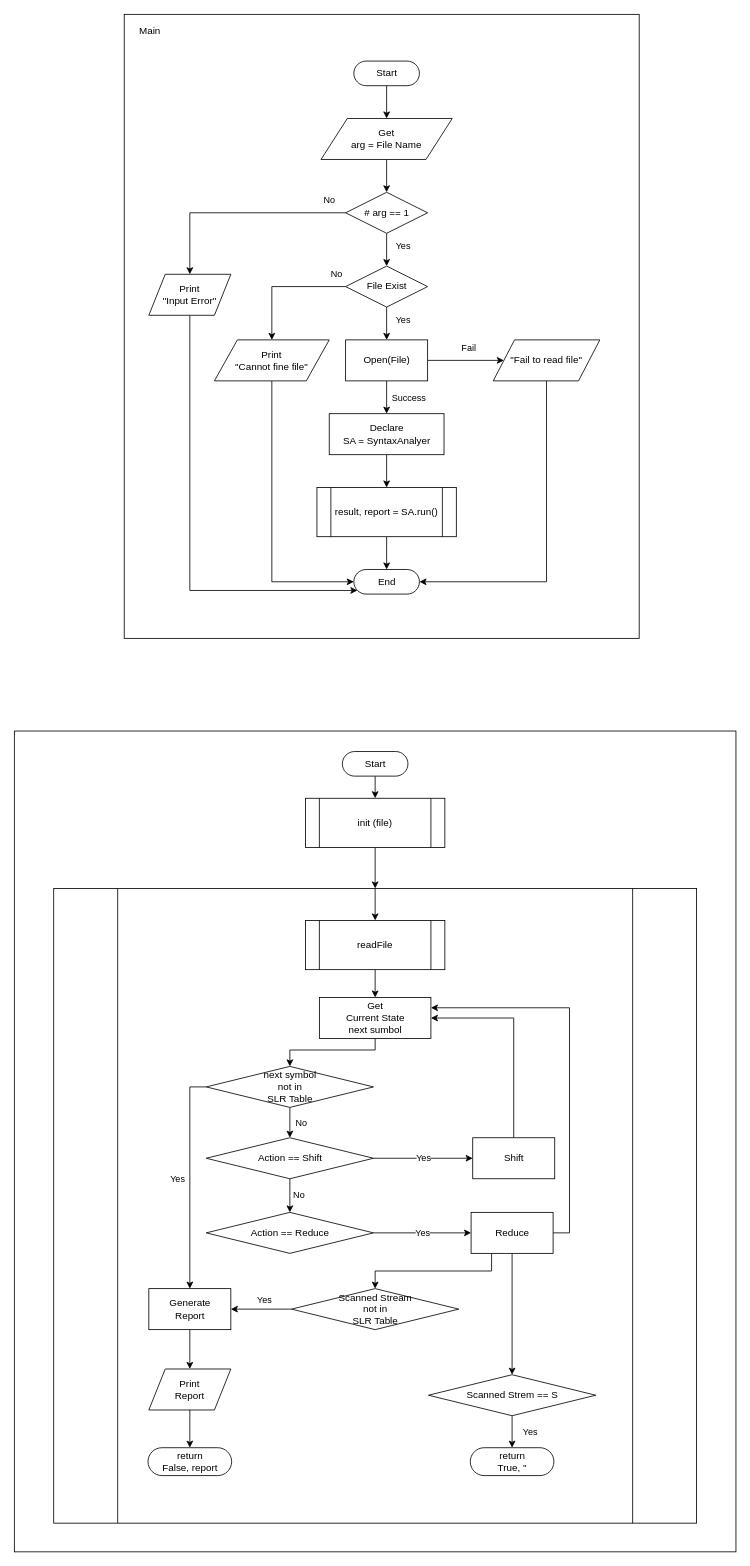
The draw.io diagram Syntax_Analyzer/flowchart.drawio in HeeSang1996/CompilerTermProject, before the edit. Source tidied: cells renumbered, new cells numbered last; positions are measured from the earlier drawing's top-left corner, leaving out a move shared by most shapes. Both pictures are drawn from the tidied source at 82%, with x=0, y=0 at pixel (14, 14).
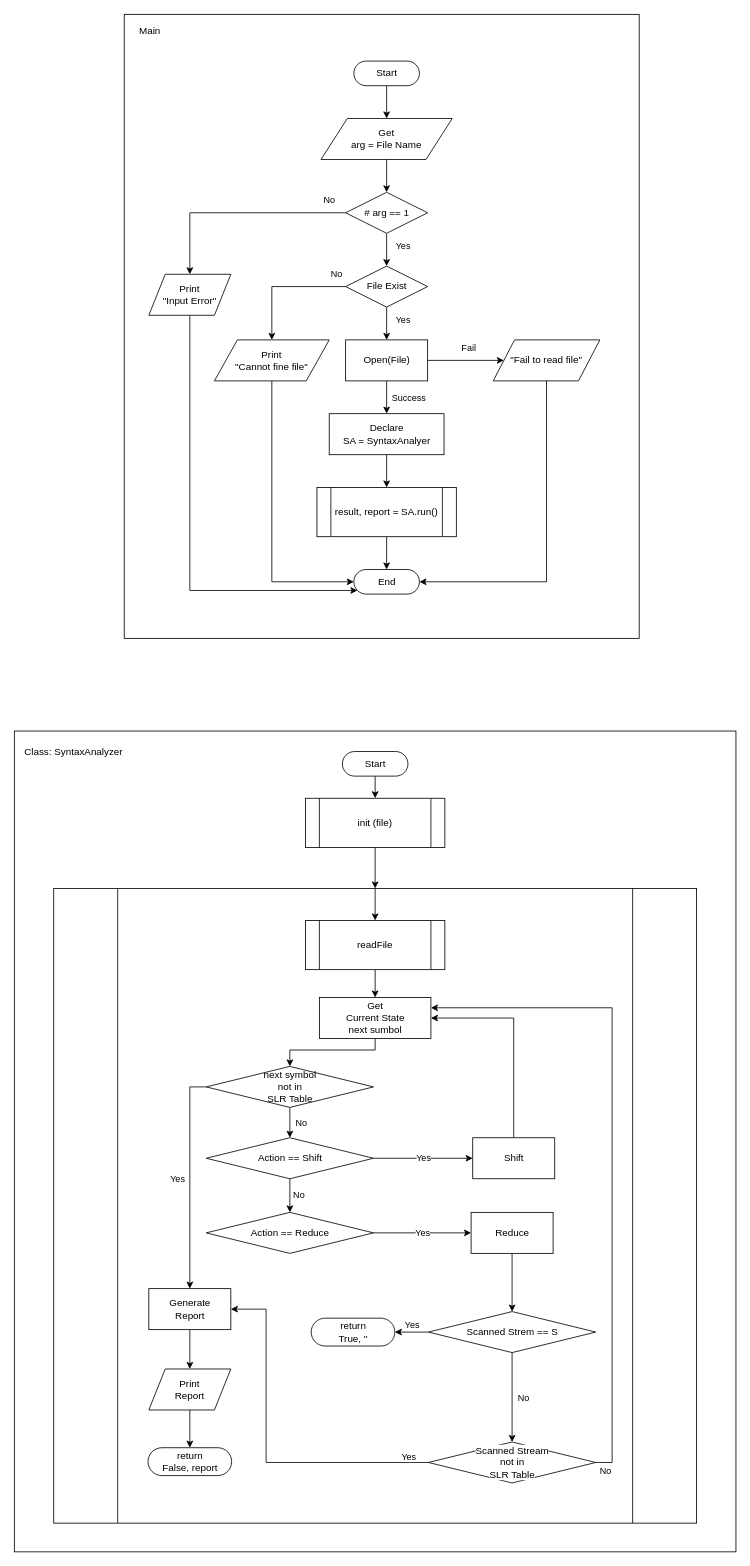
The same diagram, later.

Commit message:
Update the recent one

The change refers to these unchanged cells:
```xml
<mxCell id="38" value="Get&lt;br&gt;Current State&lt;br&gt;next sumbol" style="html=1;dashed=0;whitespace=wrap;" parent="1" vertex="1">
  <mxGeometry x="372" y="1199" width="136" height="50" as="geometry" />
</mxCell>
<mxCell id="50" value="Generate&lt;br&gt;Report" style="html=1;dashed=0;whitespace=wrap;" parent="1" vertex="1">
  <mxGeometry x="164" y="1554" width="100" height="50" as="geometry" />
</mxCell>
<mxCell id="58" value="Reduce" style="html=1;dashed=0;whitespace=wrap;" parent="1" vertex="1">
  <mxGeometry x="557" y="1461" width="100" height="50" as="geometry" />
</mxCell>
```

What changed in the source:
```diff
@@
-    <mxCell id="48" value="return&lt;br&gt;True, ''" style="html=1;dashed=0;whitespace=wrap;shape=mxgraph.dfd.start;" parent="1" vertex="1">
-      <mxGeometry x="556" y="1748" width="102" height="34" as="geometry" />
-    </mxCell>
@@
-    <mxCell id="55" style="edgeStyle=orthogonalEdgeStyle;rounded=0;jettySize=auto;html=1;exitX=1;exitY=0.5;exitDx=0;exitDy=0;entryX=1;entryY=0.25;entryDx=0;entryDy=0;" parent="1" edge="1" source="58" target="38">
-      <mxGeometry relative="1" as="geometry" />
-    </mxCell>
-    <mxCell id="56" style="edgeStyle=orthogonalEdgeStyle;rounded=0;jettySize=auto;html=1;exitX=0.5;exitY=1;exitDx=0;exitDy=0;entryX=0.5;entryY=0;entryDx=0;entryDy=0;" parent="1" edge="1" source="58" target="60">
-      <mxGeometry relative="1" as="geometry" />
-    </mxCell>
-    <mxCell id="57" style="edgeStyle=orthogonalEdgeStyle;rounded=0;jettySize=auto;html=1;exitX=0.25;exitY=1;exitDx=0;exitDy=0;" parent="1" edge="1" source="58" target="62">
+    <mxCell id="57" style="edgeStyle=orthogonalEdgeStyle;rounded=0;jettySize=auto;html=1;exitX=0.5;exitY=1;exitDx=0;exitDy=0;entryX=0.5;entryY=0;entryDx=0;entryDy=0;" parent="1" edge="1" source="58" target="62">
       <mxGeometry relative="1" as="geometry" />
     </mxCell>
@@
+    <mxCell id="63" value="No" style="edgeStyle=orthogonalEdgeStyle;rounded=0;jettySize=auto;html=1;exitX=1;exitY=0.5;exitDx=0;exitDy=0;entryX=1;entryY=0.25;entryDx=0;entryDy=0;" parent="1" edge="1" source="60" target="38">
+      <mxGeometry x="-0.97" y="-10" relative="1" as="geometry" />
+    </mxCell>
+    <mxCell id="60" value="&lt;span style=&quot;color: rgb(0, 0, 0); font-family: helvetica; font-size: 12px; font-style: normal; font-weight: 400; letter-spacing: normal; text-align: center; text-indent: 0px; text-transform: none; word-spacing: 0px; background-color: rgb(255, 255, 255); display: inline; float: none;&quot;&gt;Scanned Stream&lt;/span&gt;&lt;br style=&quot;color: rgb(0, 0, 0); font-family: helvetica; font-size: 12px; font-style: normal; font-weight: 400; letter-spacing: normal; text-align: center; text-indent: 0px; text-transform: none; word-spacing: 0px; background-color: rgb(255, 255, 255);&quot;&gt;&lt;span style=&quot;color: rgb(0, 0, 0); font-family: helvetica; font-size: 12px; font-style: normal; font-weight: 400; letter-spacing: normal; text-align: center; text-indent: 0px; text-transform: none; word-spacing: 0px; background-color: rgb(255, 255, 255); display: inline; float: none;&quot;&gt;not in&lt;/span&gt;&lt;br style=&quot;color: rgb(0, 0, 0); font-family: helvetica; font-size: 12px; font-style: normal; font-weight: 400; letter-spacing: normal; text-align: center; text-indent: 0px; text-transform: none; word-spacing: 0px; background-color: rgb(255, 255, 255);&quot;&gt;&lt;span style=&quot;color: rgb(0, 0, 0); font-family: helvetica; font-size: 12px; font-style: normal; font-weight: 400; letter-spacing: normal; text-align: center; text-indent: 0px; text-transform: none; word-spacing: 0px; background-color: rgb(255, 255, 255); display: inline; float: none;&quot;&gt;SLR Table&lt;/span&gt;" style="shape=rhombus;html=1;dashed=0;whitespace=wrap;perimeter=rhombusPerimeter;" parent="1" vertex="1">
+      <mxGeometry x="505" y="1741" width="204" height="50" as="geometry" />
+    </mxCell>
+    <mxCell id="64" value="No" style="edgeStyle=orthogonalEdgeStyle;rounded=0;jettySize=auto;html=1;exitX=0.5;exitY=1;exitDx=0;exitDy=0;entryX=0.5;entryY=0;entryDx=0;entryDy=0;" parent="1" edge="1" source="62" target="60">
+      <mxGeometry x="0.02" y="14" relative="1" as="geometry" />
+    </mxCell>
-    <mxCell id="59" value="Yes" style="edgeStyle=orthogonalEdgeStyle;rounded=0;jettySize=auto;html=1;exitX=0.5;exitY=1;exitDx=0;exitDy=0;entryX=0.5;entryY=0.5;entryDx=0;entryDy=-17;entryPerimeter=0;" parent="1" edge="1" source="60" target="48">
-      <mxGeometry x="0.08" y="22" relative="1" as="geometry">
-        <mxPoint y="-1" as="offset" />
-      </mxGeometry>
+    <mxCell id="59" value="Yes" style="edgeStyle=orthogonalEdgeStyle;rounded=0;jettySize=auto;html=1;exitX=0;exitY=0.5;exitDx=0;exitDy=0;entryX=1;entryY=0.5;entryDx=0;entryDy=0;entryPerimeter=0;" parent="1" edge="1" source="62" target="48">
+      <mxGeometry x="-0.02" y="-9" relative="1" as="geometry" />
     </mxCell>
-    <mxCell id="60" value="Scanned Strem == S" style="shape=rhombus;html=1;dashed=0;whitespace=wrap;perimeter=rhombusPerimeter;" parent="1" vertex="1">
-      <mxGeometry x="505" y="1659" width="204" height="50" as="geometry" />
-    </mxCell>
+    <mxCell id="62" value="Scanned Strem == S" style="shape=rhombus;html=1;dashed=0;whitespace=wrap;perimeter=rhombusPerimeter;" parent="1" vertex="1">
+      <mxGeometry x="505" y="1582" width="204" height="50" as="geometry" />
+    </mxCell>
+    <mxCell id="65" value="Class: SyntaxAnalyzer" style="text;html=1;align=center;verticalAlign=middle;" parent="1" vertex="1">
+      <mxGeometry x="7" y="891" width="130" height="18" as="geometry" />
+    </mxCell>
-    <mxCell id="61" value="Yes" style="edgeStyle=orthogonalEdgeStyle;rounded=0;jettySize=auto;html=1;exitX=0;exitY=0.5;exitDx=0;exitDy=0;entryX=1;entryY=0.5;entryDx=0;entryDy=0;" parent="1" edge="1" source="62" target="50">
-      <mxGeometry x="-0.11" y="-11" relative="1" as="geometry" />
+    <mxCell id="61" value="Yes" style="edgeStyle=orthogonalEdgeStyle;rounded=0;jettySize=auto;html=1;exitX=0;exitY=0.5;exitDx=0;exitDy=0;entryX=1;entryY=0.5;entryDx=0;entryDy=0;" parent="1" edge="1" source="60">
+      <mxGeometry x="-0.89" y="-7" relative="1" as="geometry">
+        <mxPoint x="264" y="1579" as="targetPoint" />
+        <Array as="points">
+          <mxPoint x="307" y="1766" />
+          <mxPoint x="307" y="1579" />
+        </Array>
+      </mxGeometry>
     </mxCell>
-    <mxCell id="62" value="Scanned Stream&lt;br&gt;not in&lt;br&gt;SLR Table" style="shape=rhombus;html=1;dashed=0;whitespace=wrap;perimeter=rhombusPerimeter;" parent="1" vertex="1">
-      <mxGeometry x="338" y="1554" width="204" height="50" as="geometry" />
-    </mxCell>
+    <mxCell id="48" value="return&lt;br&gt;True, ''" style="html=1;dashed=0;whitespace=wrap;shape=mxgraph.dfd.start;" parent="1" vertex="1">
+      <mxGeometry x="362" y="1590" width="102" height="34" as="geometry" />
+    </mxCell>
```
